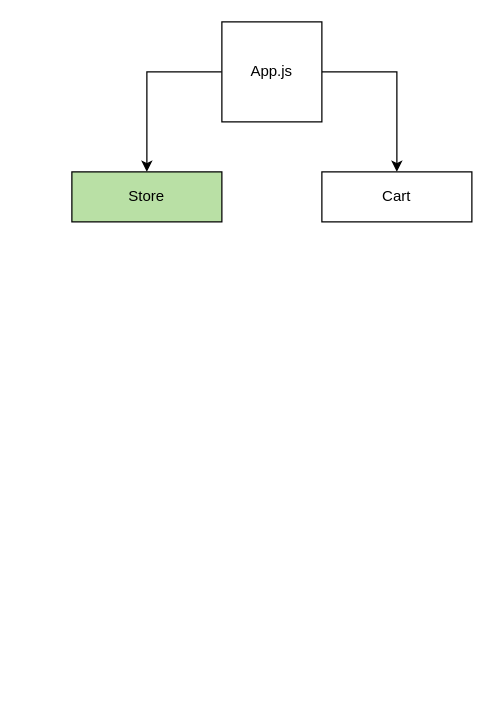
Above: React Greengrocers Flowchart.drawio in procrastian/react-greengrocers (draw.io), before the change. Source tidied: cells renumbered, new cells numbered last; positions are measured from the earlier drawing's top-left corner, leaving out a move shared by most shapes. Both pictures are drawn from the tidied source at 125%, with x=0, y=0 at pixel (71, 21).
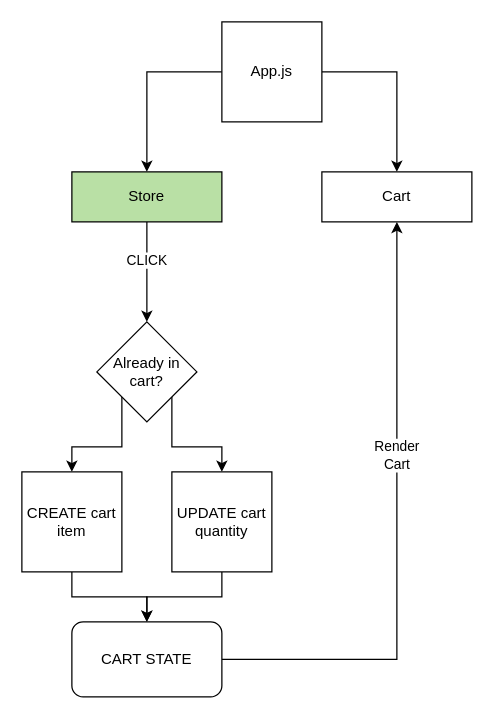
Above is the later version.

The change refers to these unchanged cells:
```xml
<mxCell id="5" value="Store" style="rounded=0;whiteSpace=wrap;html=1;fillColor=#B9E0A5;" parent="1" vertex="1">
  <mxGeometry y="120" width="120" height="40" as="geometry" />
</mxCell>
<mxCell id="6" value="Cart" style="rounded=0;whiteSpace=wrap;html=1;" parent="1" vertex="1">
  <mxGeometry x="200" y="120" width="120" height="40" as="geometry" />
</mxCell>
```

The edit, as a diff of the source:
```diff
@@
+    <mxCell id="7" style="edgeStyle=orthogonalEdgeStyle;rounded=0;jettySize=auto;html=1;entryX=0.5;entryY=0;entryDx=0;entryDy=0;" parent="1" edge="1" source="5" target="12">
+      <mxGeometry relative="1" as="geometry" />
+    </mxCell>
+    <mxCell id="8" value="CLICK" style="edgeLabel;html=1;align=center;verticalAlign=middle;" parent="7" vertex="1">
+      <mxGeometry x="-0.24" y="-1" relative="1" as="geometry" />
+    </mxCell>
@@
+    <mxCell id="9" style="edgeStyle=orthogonalEdgeStyle;rounded=0;jettySize=auto;html=1;exitX=1;exitY=0.5;exitDx=0;exitDy=0;" parent="1" edge="1" source="12">
+      <mxGeometry relative="1" as="geometry">
+        <mxPoint x="100" y="280.3" as="targetPoint" />
+      </mxGeometry>
+    </mxCell>
+    <mxCell id="10" style="edgeStyle=orthogonalEdgeStyle;rounded=0;jettySize=auto;html=1;exitX=0;exitY=1;exitDx=0;exitDy=0;" parent="1" edge="1" source="12" target="19">
+      <mxGeometry relative="1" as="geometry" />
+    </mxCell>
+    <mxCell id="11" style="edgeStyle=orthogonalEdgeStyle;rounded=0;jettySize=auto;html=1;exitX=1;exitY=1;exitDx=0;exitDy=0;" parent="1" edge="1" source="12" target="17">
+      <mxGeometry relative="1" as="geometry" />
+    </mxCell>
+    <mxCell id="12" value="Already in cart?" style="rhombus;whiteSpace=wrap;html=1;" parent="1" vertex="1">
+      <mxGeometry x="20" y="240" width="80" height="80" as="geometry" />
+    </mxCell>
+    <mxCell id="13" style="edgeStyle=orthogonalEdgeStyle;rounded=0;jettySize=auto;html=1;exitX=1;exitY=0.5;exitDx=0;exitDy=0;entryX=0.5;entryY=1;entryDx=0;entryDy=0;" parent="1" edge="1" source="15" target="6">
+      <mxGeometry relative="1" as="geometry" />
+    </mxCell>
+    <mxCell id="14" value="Render&lt;br&gt;Cart" style="edgeLabel;html=1;align=center;verticalAlign=middle;" parent="13" vertex="1">
+      <mxGeometry x="0.24" y="1" relative="1" as="geometry" />
+    </mxCell>
+    <mxCell id="15" value="CART STATE" style="rounded=1;whiteSpace=wrap;html=1;" parent="1" vertex="1">
+      <mxGeometry y="480" width="120" height="60" as="geometry" />
+    </mxCell>
+    <mxCell id="16" style="edgeStyle=orthogonalEdgeStyle;rounded=0;jettySize=auto;html=1;exitX=0.5;exitY=1;exitDx=0;exitDy=0;entryX=0.5;entryY=0;entryDx=0;entryDy=0;" parent="1" edge="1" source="17" target="15">
+      <mxGeometry relative="1" as="geometry" />
+    </mxCell>
+    <mxCell id="17" value="UPDATE cart quantity" style="whiteSpace=wrap;html=1;" parent="1" vertex="1">
+      <mxGeometry x="80" y="360" width="80" height="80" as="geometry" />
+    </mxCell>
+    <mxCell id="18" style="edgeStyle=orthogonalEdgeStyle;rounded=0;jettySize=auto;html=1;exitX=0.5;exitY=1;exitDx=0;exitDy=0;" parent="1" edge="1" source="19" target="15">
+      <mxGeometry relative="1" as="geometry" />
+    </mxCell>
+    <mxCell id="19" value="CREATE cart item" style="whiteSpace=wrap;html=1;" parent="1" vertex="1">
+      <mxGeometry x="-40" y="360" width="80" height="80" as="geometry" />
+    </mxCell>
```
